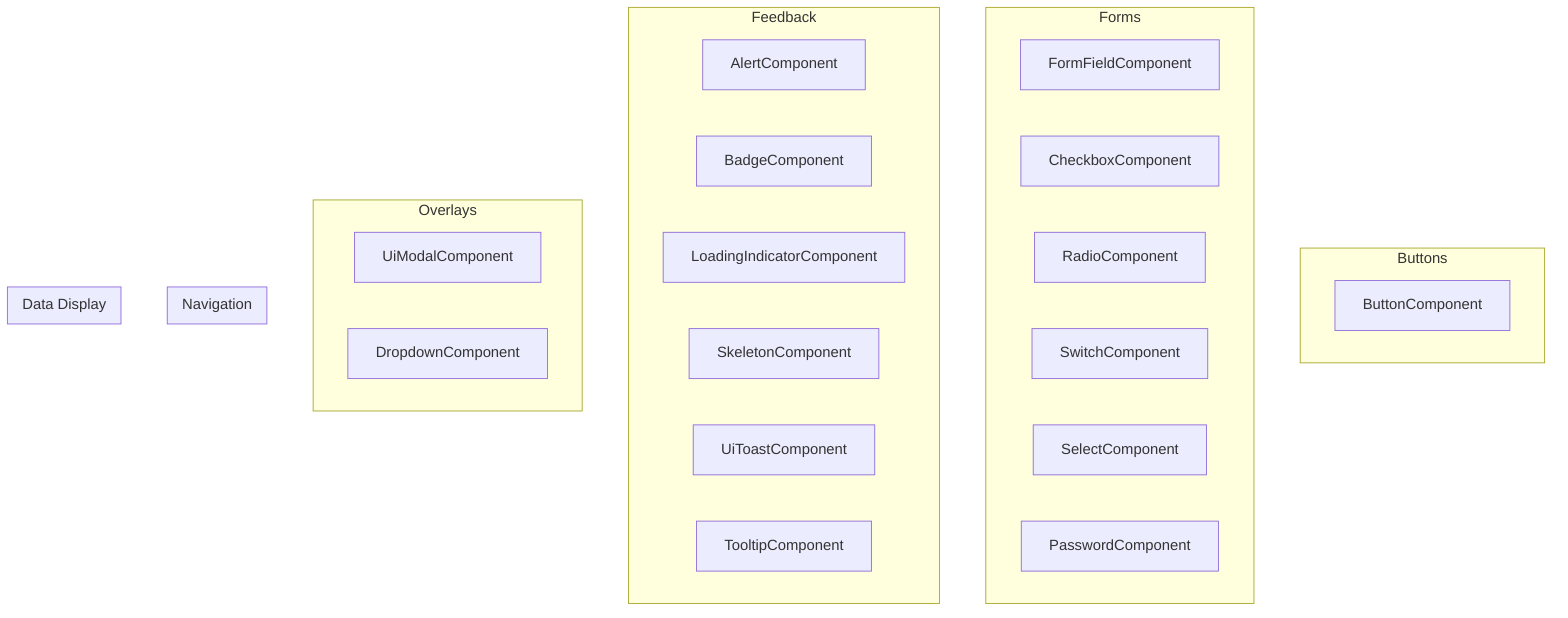
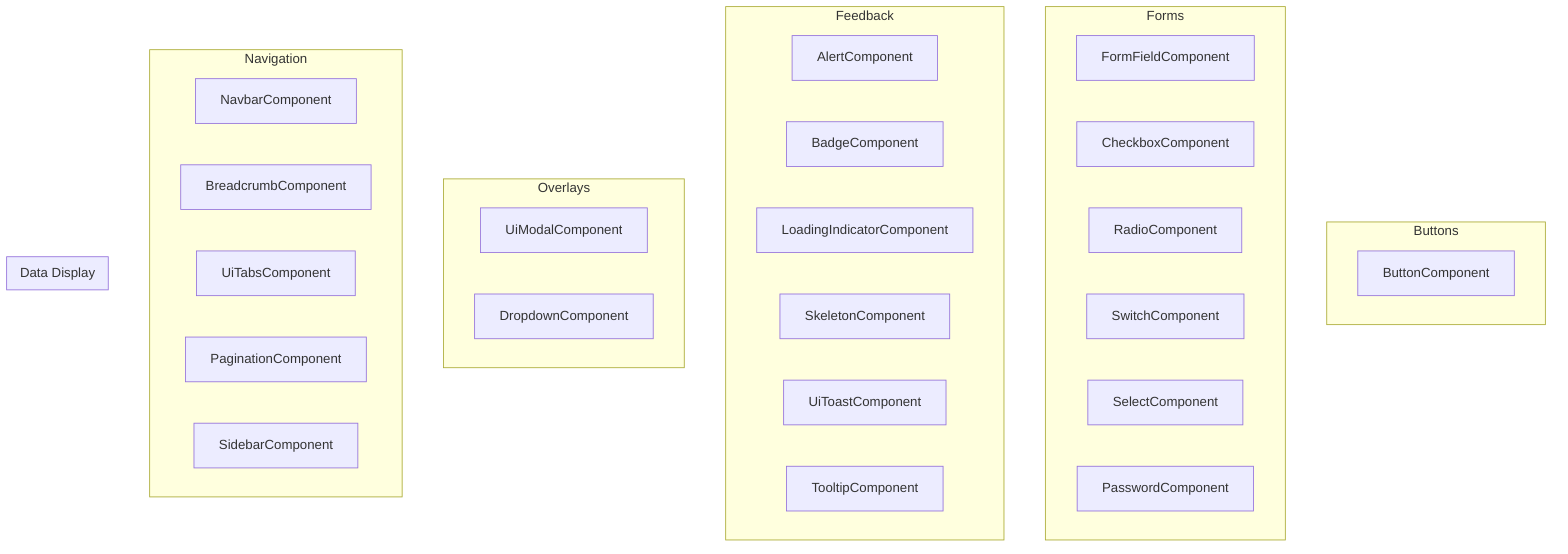
flowchart TB
  subgraph buttons["Buttons"]
    button_component["ButtonComponent"]
  end

  subgraph forms["Forms"]
    form_field_component["FormFieldComponent"]
    checkbox_component["CheckboxComponent"]
    radio_component["RadioComponent"]
    switch_component["SwitchComponent"]
    select_component["SelectComponent"]
    password_component["PasswordComponent"]
  end

  subgraph feedback["Feedback"]
    alert_component["AlertComponent"]
    badge_component["BadgeComponent"]
    loading_indicator_component["LoadingIndicatorComponent"]
    skeleton_component["SkeletonComponent"]
    ui_toast_component["UiToastComponent"]
    tooltip_component["TooltipComponent"]
  end

  subgraph overlays["Overlays"]
    ui_modal_component["UiModalComponent"]
    dropdown_component["DropdownComponent"]
  end

  subgraph navigation["Navigation"]
-     %% Components go here.
+     navbar_component["NavbarComponent"]
+     breadcrumb_component["BreadcrumbComponent"]
+     ui_tabs_component["UiTabsComponent"]
+     pagination_component["PaginationComponent"]
+     sidebar_component["SidebarComponent"]
  end

  subgraph data_display["Data Display"]
    %% Components go here.
  end
